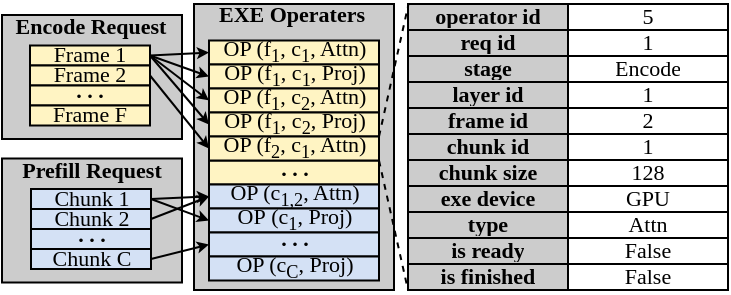
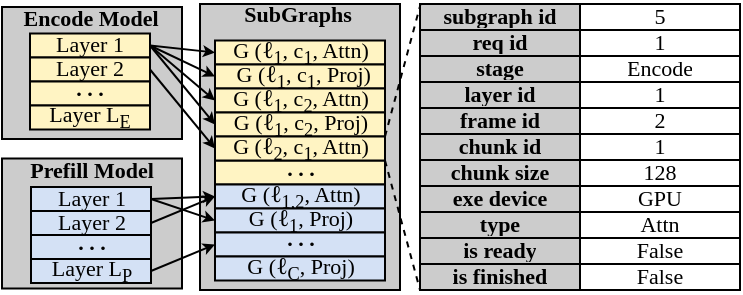
<mxfile host="app.diagrams.net" agent="Mozilla/5.0 (Windows NT 10.0; Win64; x64) AppleWebKit/537.36 (KHTML, like Gecko) Chrome/145.0.0.0 Safari/537.36">
  <diagram name="第 1 页" id="YoI7vx5OPDjGUe-B8v1v">
-     <mxGraphModel dx="368" dy="521" grid="1" gridSize="10" guides="1" tooltips="1" connect="1" arrows="1" fold="1" page="1" pageScale="1" pageWidth="827" pageHeight="1169" math="0" shadow="0">
+     <mxGraphModel dx="257" dy="365" grid="1" gridSize="10" guides="1" tooltips="1" connect="1" arrows="1" fold="1" page="1" pageScale="1" pageWidth="827" pageHeight="1169" math="0" shadow="0">
      <root>
        <mxCell id="0" />
        <mxCell id="1" parent="0" />
        <mxCell id="BefftHnKO7y96rtE268w-10" parent="1" style="shape=table;startSize=0;container=1;collapsible=0;childLayout=tableLayout;fontFamily=Times New Roman;spacingBottom=0;spacingTop=-3;fontSize=11;fillColor=#CCCCCC;strokeColor=none;" value="" vertex="1">
-           <mxGeometry height="143" width="80" x="556" y="530" as="geometry" />
+           <mxGeometry height="143" width="80" x="559" y="530" as="geometry" />
        </mxCell>
        <mxCell id="BefftHnKO7y96rtE268w-11" parent="BefftHnKO7y96rtE268w-10" style="shape=tableRow;horizontal=0;startSize=0;swimlaneHead=0;swimlaneBody=0;strokeColor=inherit;top=0;left=0;bottom=0;right=0;collapsible=0;dropTarget=0;fillColor=none;points=[[0,0.5],[1,0.5]];portConstraint=eastwest;fontFamily=Times New Roman;spacingBottom=0;spacingTop=-3;fontSize=11;" value="" vertex="1">
          <mxGeometry height="13" width="80" as="geometry" />
        </mxCell>
        <mxCell id="BefftHnKO7y96rtE268w-12" parent="BefftHnKO7y96rtE268w-11" style="shape=partialRectangle;html=1;whiteSpace=wrap;connectable=0;strokeColor=inherit;overflow=hidden;fillColor=none;top=0;left=0;bottom=0;right=0;pointerEvents=1;fontFamily=Times New Roman;spacingBottom=0;spacingTop=-3;fontSize=11;fontStyle=1" value="" vertex="1">
          <mxGeometry height="13" width="80" as="geometry">
            <mxRectangle height="13" width="80" as="alternateBounds" />
          </mxGeometry>
        </mxCell>
        <mxCell id="BefftHnKO7y96rtE268w-14" parent="BefftHnKO7y96rtE268w-10" style="shape=tableRow;horizontal=0;startSize=0;swimlaneHead=0;swimlaneBody=0;strokeColor=inherit;top=0;left=0;bottom=0;right=0;collapsible=0;dropTarget=0;fillColor=none;points=[[0,0.5],[1,0.5]];portConstraint=eastwest;fontFamily=Times New Roman;spacingBottom=0;spacingTop=-3;fontSize=11;" value="" vertex="1">
          <mxGeometry height="14" width="80" y="13" as="geometry" />
        </mxCell>
        <mxCell id="BefftHnKO7y96rtE268w-15" parent="BefftHnKO7y96rtE268w-14" style="shape=partialRectangle;html=1;whiteSpace=wrap;connectable=0;strokeColor=inherit;overflow=hidden;fillColor=none;top=0;left=0;bottom=0;right=0;pointerEvents=1;fontFamily=Times New Roman;spacingBottom=0;spacingTop=-3;fontSize=11;fontStyle=1" value="" vertex="1">
          <mxGeometry height="14" width="80" as="geometry">
            <mxRectangle height="14" width="80" as="alternateBounds" />
          </mxGeometry>
        </mxCell>
        <mxCell id="BefftHnKO7y96rtE268w-17" parent="BefftHnKO7y96rtE268w-10" style="shape=tableRow;horizontal=0;startSize=0;swimlaneHead=0;swimlaneBody=0;strokeColor=inherit;top=0;left=0;bottom=0;right=0;collapsible=0;dropTarget=0;fillColor=none;points=[[0,0.5],[1,0.5]];portConstraint=eastwest;fontFamily=Times New Roman;spacingBottom=0;spacingTop=-3;fontSize=11;" value="" vertex="1">
          <mxGeometry height="13" width="80" y="27" as="geometry" />
        </mxCell>
        <mxCell id="BefftHnKO7y96rtE268w-18" parent="BefftHnKO7y96rtE268w-17" style="shape=partialRectangle;html=1;whiteSpace=wrap;connectable=0;strokeColor=inherit;overflow=hidden;fillColor=none;top=0;left=0;bottom=0;right=0;pointerEvents=1;fontFamily=Times New Roman;spacingBottom=0;spacingTop=-3;fontSize=11;fontStyle=1" value="" vertex="1">
          <mxGeometry height="13" width="80" as="geometry">
            <mxRectangle height="13" width="80" as="alternateBounds" />
          </mxGeometry>
        </mxCell>
        <mxCell id="BefftHnKO7y96rtE268w-20" parent="BefftHnKO7y96rtE268w-10" style="shape=tableRow;horizontal=0;startSize=0;swimlaneHead=0;swimlaneBody=0;strokeColor=inherit;top=0;left=0;bottom=0;right=0;collapsible=0;dropTarget=0;fillColor=none;points=[[0,0.5],[1,0.5]];portConstraint=eastwest;fontFamily=Times New Roman;spacingBottom=0;spacingTop=-3;fontSize=11;" value="" vertex="1">
          <mxGeometry height="18" width="80" y="40" as="geometry" />
        </mxCell>
        <mxCell id="BefftHnKO7y96rtE268w-21" parent="BefftHnKO7y96rtE268w-20" style="shape=partialRectangle;html=1;whiteSpace=wrap;connectable=0;strokeColor=inherit;overflow=hidden;fillColor=none;top=0;left=0;bottom=0;right=0;pointerEvents=1;fontFamily=Times New Roman;spacingBottom=0;spacingTop=-3;fontSize=11;fontStyle=1" value="" vertex="1">
          <mxGeometry height="18" width="80" as="geometry">
            <mxRectangle height="18" width="80" as="alternateBounds" />
          </mxGeometry>
        </mxCell>
        <mxCell id="cpisWDPXujGrVNR1V9dN-6" parent="BefftHnKO7y96rtE268w-10" style="shape=tableRow;horizontal=0;startSize=0;swimlaneHead=0;swimlaneBody=0;strokeColor=inherit;top=0;left=0;bottom=0;right=0;collapsible=0;dropTarget=0;fillColor=none;points=[[0,0.5],[1,0.5]];portConstraint=eastwest;fontFamily=Times New Roman;spacingBottom=0;spacingTop=-3;fontSize=11;" value="" vertex="1">
          <mxGeometry height="19" width="80" y="58" as="geometry" />
        </mxCell>
        <mxCell id="cpisWDPXujGrVNR1V9dN-7" parent="cpisWDPXujGrVNR1V9dN-6" style="shape=partialRectangle;html=1;whiteSpace=wrap;connectable=0;strokeColor=inherit;overflow=hidden;fillColor=none;top=0;left=0;bottom=0;right=0;pointerEvents=1;fontFamily=Times New Roman;spacingBottom=0;spacingTop=-3;fontSize=11;fontStyle=1" value="" vertex="1">
          <mxGeometry height="19" width="80" as="geometry">
            <mxRectangle height="19" width="80" as="alternateBounds" />
          </mxGeometry>
        </mxCell>
        <mxCell id="BefftHnKO7y96rtE268w-23" parent="BefftHnKO7y96rtE268w-10" style="shape=tableRow;horizontal=0;startSize=0;swimlaneHead=0;swimlaneBody=0;strokeColor=inherit;top=0;left=0;bottom=0;right=0;collapsible=0;dropTarget=0;fillColor=none;points=[[0,0.5],[1,0.5]];portConstraint=eastwest;fontFamily=Times New Roman;spacingBottom=0;spacingTop=-3;fontSize=11;" vertex="1">
          <mxGeometry height="13" width="80" y="77" as="geometry" />
        </mxCell>
        <mxCell id="BefftHnKO7y96rtE268w-24" parent="BefftHnKO7y96rtE268w-23" style="shape=partialRectangle;html=1;whiteSpace=wrap;connectable=0;strokeColor=inherit;overflow=hidden;fillColor=none;top=0;left=0;bottom=0;right=0;pointerEvents=1;fontFamily=Times New Roman;spacingBottom=0;spacingTop=-3;fontSize=11;fontStyle=1" value="" vertex="1">
          <mxGeometry height="13" width="80" as="geometry">
            <mxRectangle height="13" width="80" as="alternateBounds" />
          </mxGeometry>
        </mxCell>
        <mxCell id="BefftHnKO7y96rtE268w-26" parent="BefftHnKO7y96rtE268w-10" style="shape=tableRow;horizontal=0;startSize=0;swimlaneHead=0;swimlaneBody=0;strokeColor=inherit;top=0;left=0;bottom=0;right=0;collapsible=0;dropTarget=0;fillColor=none;points=[[0,0.5],[1,0.5]];portConstraint=eastwest;fontFamily=Times New Roman;spacingBottom=0;spacingTop=-3;fontSize=11;" vertex="1">
          <mxGeometry height="12" width="80" y="90" as="geometry" />
        </mxCell>
        <mxCell id="BefftHnKO7y96rtE268w-27" parent="BefftHnKO7y96rtE268w-26" style="shape=partialRectangle;html=1;whiteSpace=wrap;connectable=0;strokeColor=inherit;overflow=hidden;fillColor=none;top=0;left=0;bottom=0;right=0;pointerEvents=1;fontFamily=Times New Roman;spacingBottom=0;spacingTop=-3;fontSize=11;fontStyle=1" value="" vertex="1">
          <mxGeometry height="12" width="80" as="geometry">
            <mxRectangle height="12" width="80" as="alternateBounds" />
          </mxGeometry>
        </mxCell>
        <mxCell id="BefftHnKO7y96rtE268w-29" parent="BefftHnKO7y96rtE268w-10" style="shape=tableRow;horizontal=0;startSize=0;swimlaneHead=0;swimlaneBody=0;strokeColor=inherit;top=0;left=0;bottom=0;right=0;collapsible=0;dropTarget=0;fillColor=none;points=[[0,0.5],[1,0.5]];portConstraint=eastwest;fontFamily=Times New Roman;spacingBottom=0;spacingTop=-3;fontSize=11;" value="" vertex="1">
          <mxGeometry height="14" width="80" y="102" as="geometry" />
        </mxCell>
        <mxCell id="BefftHnKO7y96rtE268w-30" parent="BefftHnKO7y96rtE268w-29" style="shape=partialRectangle;html=1;whiteSpace=wrap;connectable=0;strokeColor=inherit;overflow=hidden;fillColor=none;top=0;left=0;bottom=0;right=0;pointerEvents=1;fontFamily=Times New Roman;spacingBottom=0;spacingTop=-3;fontSize=11;fontStyle=1" value="" vertex="1">
          <mxGeometry height="14" width="80" as="geometry">
            <mxRectangle height="14" width="80" as="alternateBounds" />
          </mxGeometry>
        </mxCell>
        <mxCell id="BefftHnKO7y96rtE268w-32" parent="BefftHnKO7y96rtE268w-10" style="shape=tableRow;horizontal=0;startSize=0;swimlaneHead=0;swimlaneBody=0;strokeColor=inherit;top=0;left=0;bottom=0;right=0;collapsible=0;dropTarget=0;fillColor=none;points=[[0,0.5],[1,0.5]];portConstraint=eastwest;fontFamily=Times New Roman;spacingBottom=0;spacingTop=-3;fontSize=11;" value="" vertex="1">
          <mxGeometry height="12" width="80" y="116" as="geometry" />
        </mxCell>
        <mxCell id="BefftHnKO7y96rtE268w-33" parent="BefftHnKO7y96rtE268w-32" style="shape=partialRectangle;html=1;whiteSpace=wrap;connectable=0;strokeColor=inherit;overflow=hidden;fillColor=none;top=0;left=0;bottom=0;right=0;pointerEvents=1;fontFamily=Times New Roman;spacingBottom=0;spacingTop=-3;fontSize=11;fontStyle=1" value="" vertex="1">
          <mxGeometry height="12" width="80" as="geometry">
            <mxRectangle height="12" width="80" as="alternateBounds" />
          </mxGeometry>
        </mxCell>
        <mxCell id="BefftHnKO7y96rtE268w-35" parent="BefftHnKO7y96rtE268w-10" style="shape=tableRow;horizontal=0;startSize=0;swimlaneHead=0;swimlaneBody=0;strokeColor=inherit;top=0;left=0;bottom=0;right=0;collapsible=0;dropTarget=0;fillColor=none;points=[[0,0.5],[1,0.5]];portConstraint=eastwest;fontFamily=Times New Roman;spacingBottom=0;spacingTop=-3;fontSize=11;" value="" vertex="1">
          <mxGeometry height="15" width="80" y="128" as="geometry" />
        </mxCell>
        <mxCell id="BefftHnKO7y96rtE268w-36" parent="BefftHnKO7y96rtE268w-35" style="shape=partialRectangle;html=1;whiteSpace=wrap;connectable=0;strokeColor=inherit;overflow=hidden;fillColor=none;top=0;left=0;bottom=0;right=0;pointerEvents=1;fontFamily=Times New Roman;spacingBottom=0;spacingTop=-3;fontSize=11;fontStyle=1" value="" vertex="1">
          <mxGeometry height="15" width="80" as="geometry">
            <mxRectangle height="15" width="80" as="alternateBounds" />
          </mxGeometry>
        </mxCell>
        <mxCell id="__wRPP8pmb-DnfmA-EQz-17" parent="1" style="shape=table;startSize=0;container=1;collapsible=0;childLayout=tableLayout;fontFamily=Times New Roman;spacingBottom=0;spacingTop=-3;fontSize=11;fillColor=none;" value="" vertex="1">
-           <mxGeometry height="143" width="160" x="556" y="530" as="geometry" />
+           <mxGeometry height="143" width="160" x="559" y="530" as="geometry" />
        </mxCell>
        <mxCell id="__wRPP8pmb-DnfmA-EQz-18" parent="__wRPP8pmb-DnfmA-EQz-17" style="shape=tableRow;horizontal=0;startSize=0;swimlaneHead=0;swimlaneBody=0;strokeColor=inherit;top=0;left=0;bottom=0;right=0;collapsible=0;dropTarget=0;fillColor=none;points=[[0,0.5],[1,0.5]];portConstraint=eastwest;fontFamily=Times New Roman;spacingBottom=0;spacingTop=-3;fontSize=11;" value="" vertex="1">
          <mxGeometry height="13" width="160" as="geometry" />
        </mxCell>
-         <mxCell id="__wRPP8pmb-DnfmA-EQz-19" parent="__wRPP8pmb-DnfmA-EQz-18" style="shape=partialRectangle;html=1;whiteSpace=wrap;connectable=0;strokeColor=inherit;overflow=hidden;fillColor=none;top=0;left=0;bottom=0;right=0;pointerEvents=1;fontFamily=Times New Roman;spacingBottom=0;spacingTop=-3;fontSize=11;fontStyle=1" value="operator id" vertex="1">
+         <mxCell id="__wRPP8pmb-DnfmA-EQz-19" parent="__wRPP8pmb-DnfmA-EQz-18" style="shape=partialRectangle;html=1;whiteSpace=wrap;connectable=0;strokeColor=inherit;overflow=hidden;fillColor=none;top=0;left=0;bottom=0;right=0;pointerEvents=1;fontFamily=Times New Roman;spacingBottom=0;spacingTop=-3;fontSize=11;fontStyle=1" value="subgraph id" vertex="1">
          <mxGeometry height="13" width="80" as="geometry">
            <mxRectangle height="13" width="80" as="alternateBounds" />
          </mxGeometry>
        </mxCell>
        <mxCell id="__wRPP8pmb-DnfmA-EQz-36" parent="__wRPP8pmb-DnfmA-EQz-18" style="shape=partialRectangle;html=1;whiteSpace=wrap;connectable=0;strokeColor=inherit;overflow=hidden;fillColor=none;top=0;left=0;bottom=0;right=0;pointerEvents=1;fontFamily=Times New Roman;spacingBottom=0;spacingTop=-3;fontSize=11;" value="5" vertex="1">
          <mxGeometry height="13" width="80" x="80" as="geometry">
            <mxRectangle height="13" width="80" as="alternateBounds" />
          </mxGeometry>
        </mxCell>
        <mxCell id="__wRPP8pmb-DnfmA-EQz-20" parent="__wRPP8pmb-DnfmA-EQz-17" style="shape=tableRow;horizontal=0;startSize=0;swimlaneHead=0;swimlaneBody=0;strokeColor=inherit;top=0;left=0;bottom=0;right=0;collapsible=0;dropTarget=0;fillColor=none;points=[[0,0.5],[1,0.5]];portConstraint=eastwest;fontFamily=Times New Roman;spacingBottom=0;spacingTop=-3;fontSize=11;" value="" vertex="1">
          <mxGeometry height="13" width="160" y="13" as="geometry" />
        </mxCell>
        <mxCell id="__wRPP8pmb-DnfmA-EQz-21" parent="__wRPP8pmb-DnfmA-EQz-20" style="shape=partialRectangle;html=1;whiteSpace=wrap;connectable=0;strokeColor=inherit;overflow=hidden;fillColor=none;top=0;left=0;bottom=0;right=0;pointerEvents=1;fontFamily=Times New Roman;spacingBottom=0;spacingTop=-3;fontSize=11;fontStyle=1" value="req id" vertex="1">
          <mxGeometry height="13" width="80" as="geometry">
            <mxRectangle height="13" width="80" as="alternateBounds" />
          </mxGeometry>
        </mxCell>
        <mxCell id="__wRPP8pmb-DnfmA-EQz-37" parent="__wRPP8pmb-DnfmA-EQz-20" style="shape=partialRectangle;html=1;whiteSpace=wrap;connectable=0;strokeColor=inherit;overflow=hidden;fillColor=none;top=0;left=0;bottom=0;right=0;pointerEvents=1;fontFamily=Times New Roman;spacingBottom=0;spacingTop=-3;fontSize=11;" value="1" vertex="1">
          <mxGeometry height="13" width="80" x="80" as="geometry">
            <mxRectangle height="13" width="80" as="alternateBounds" />
          </mxGeometry>
        </mxCell>
        <mxCell id="__wRPP8pmb-DnfmA-EQz-22" parent="__wRPP8pmb-DnfmA-EQz-17" style="shape=tableRow;horizontal=0;startSize=0;swimlaneHead=0;swimlaneBody=0;strokeColor=inherit;top=0;left=0;bottom=0;right=0;collapsible=0;dropTarget=0;fillColor=none;points=[[0,0.5],[1,0.5]];portConstraint=eastwest;fontFamily=Times New Roman;spacingBottom=0;spacingTop=-3;fontSize=11;" value="" vertex="1">
          <mxGeometry height="13" width="160" y="26" as="geometry" />
        </mxCell>
        <mxCell id="__wRPP8pmb-DnfmA-EQz-23" parent="__wRPP8pmb-DnfmA-EQz-22" style="shape=partialRectangle;html=1;whiteSpace=wrap;connectable=0;strokeColor=inherit;overflow=hidden;fillColor=none;top=0;left=0;bottom=0;right=0;pointerEvents=1;fontFamily=Times New Roman;spacingBottom=0;spacingTop=-3;fontSize=11;fontStyle=1" value="stage" vertex="1">
          <mxGeometry height="13" width="80" as="geometry">
            <mxRectangle height="13" width="80" as="alternateBounds" />
          </mxGeometry>
        </mxCell>
        <mxCell id="__wRPP8pmb-DnfmA-EQz-38" parent="__wRPP8pmb-DnfmA-EQz-22" style="shape=partialRectangle;html=1;whiteSpace=wrap;connectable=0;strokeColor=inherit;overflow=hidden;fillColor=none;top=0;left=0;bottom=0;right=0;pointerEvents=1;fontFamily=Times New Roman;spacingBottom=0;spacingTop=-3;fontSize=11;" value="Encode" vertex="1">
          <mxGeometry height="13" width="80" x="80" as="geometry">
            <mxRectangle height="13" width="80" as="alternateBounds" />
          </mxGeometry>
        </mxCell>
        <mxCell id="cpisWDPXujGrVNR1V9dN-3" parent="__wRPP8pmb-DnfmA-EQz-17" style="shape=tableRow;horizontal=0;startSize=0;swimlaneHead=0;swimlaneBody=0;strokeColor=inherit;top=0;left=0;bottom=0;right=0;collapsible=0;dropTarget=0;fillColor=none;points=[[0,0.5],[1,0.5]];portConstraint=eastwest;fontFamily=Times New Roman;spacingBottom=0;spacingTop=-3;fontSize=11;" vertex="1">
          <mxGeometry height="13" width="160" y="39" as="geometry" />
        </mxCell>
        <mxCell id="cpisWDPXujGrVNR1V9dN-4" parent="cpisWDPXujGrVNR1V9dN-3" style="shape=partialRectangle;html=1;whiteSpace=wrap;connectable=0;strokeColor=inherit;overflow=hidden;fillColor=none;top=0;left=0;bottom=0;right=0;pointerEvents=1;fontFamily=Times New Roman;spacingBottom=0;spacingTop=-3;fontSize=11;fontStyle=1" value="layer id" vertex="1">
          <mxGeometry height="13" width="80" as="geometry">
            <mxRectangle height="13" width="80" as="alternateBounds" />
          </mxGeometry>
        </mxCell>
        <mxCell id="cpisWDPXujGrVNR1V9dN-5" parent="cpisWDPXujGrVNR1V9dN-3" style="shape=partialRectangle;html=1;whiteSpace=wrap;connectable=0;strokeColor=inherit;overflow=hidden;fillColor=none;top=0;left=0;bottom=0;right=0;pointerEvents=1;fontFamily=Times New Roman;spacingBottom=0;spacingTop=-3;fontSize=11;" value="1" vertex="1">
          <mxGeometry height="13" width="80" x="80" as="geometry">
            <mxRectangle height="13" width="80" as="alternateBounds" />
          </mxGeometry>
        </mxCell>
        <mxCell id="__wRPP8pmb-DnfmA-EQz-24" parent="__wRPP8pmb-DnfmA-EQz-17" style="shape=tableRow;horizontal=0;startSize=0;swimlaneHead=0;swimlaneBody=0;strokeColor=inherit;top=0;left=0;bottom=0;right=0;collapsible=0;dropTarget=0;fillColor=none;points=[[0,0.5],[1,0.5]];portConstraint=eastwest;fontFamily=Times New Roman;spacingBottom=0;spacingTop=-3;fontSize=11;" value="" vertex="1">
          <mxGeometry height="13" width="160" y="52" as="geometry" />
        </mxCell>
        <mxCell id="__wRPP8pmb-DnfmA-EQz-25" parent="__wRPP8pmb-DnfmA-EQz-24" style="shape=partialRectangle;html=1;whiteSpace=wrap;connectable=0;strokeColor=inherit;overflow=hidden;fillColor=none;top=0;left=0;bottom=0;right=0;pointerEvents=1;fontFamily=Times New Roman;spacingBottom=0;spacingTop=-3;fontSize=11;fontStyle=1" value="frame id" vertex="1">
          <mxGeometry height="13" width="80" as="geometry">
            <mxRectangle height="13" width="80" as="alternateBounds" />
          </mxGeometry>
        </mxCell>
        <mxCell id="__wRPP8pmb-DnfmA-EQz-39" parent="__wRPP8pmb-DnfmA-EQz-24" style="shape=partialRectangle;html=1;whiteSpace=wrap;connectable=0;strokeColor=inherit;overflow=hidden;fillColor=none;top=0;left=0;bottom=0;right=0;pointerEvents=1;fontFamily=Times New Roman;spacingBottom=0;spacingTop=-3;fontSize=11;" value="2" vertex="1">
          <mxGeometry height="13" width="80" x="80" as="geometry">
            <mxRectangle height="13" width="80" as="alternateBounds" />
          </mxGeometry>
        </mxCell>
        <mxCell id="BefftHnKO7y96rtE268w-47" parent="__wRPP8pmb-DnfmA-EQz-17" style="shape=tableRow;horizontal=0;startSize=0;swimlaneHead=0;swimlaneBody=0;strokeColor=inherit;top=0;left=0;bottom=0;right=0;collapsible=0;dropTarget=0;fillColor=none;points=[[0,0.5],[1,0.5]];portConstraint=eastwest;fontFamily=Times New Roman;spacingBottom=0;spacingTop=-3;fontSize=11;" vertex="1">
          <mxGeometry height="13" width="160" y="65" as="geometry" />
        </mxCell>
        <mxCell id="BefftHnKO7y96rtE268w-48" parent="BefftHnKO7y96rtE268w-47" style="shape=partialRectangle;html=1;whiteSpace=wrap;connectable=0;strokeColor=inherit;overflow=hidden;fillColor=none;top=0;left=0;bottom=0;right=0;pointerEvents=1;fontFamily=Times New Roman;spacingBottom=0;spacingTop=-3;fontSize=11;fontStyle=1" value="chunk id" vertex="1">
          <mxGeometry height="13" width="80" as="geometry">
            <mxRectangle height="13" width="80" as="alternateBounds" />
          </mxGeometry>
        </mxCell>
        <mxCell id="BefftHnKO7y96rtE268w-49" parent="BefftHnKO7y96rtE268w-47" style="shape=partialRectangle;html=1;whiteSpace=wrap;connectable=0;strokeColor=inherit;overflow=hidden;fillColor=none;top=0;left=0;bottom=0;right=0;pointerEvents=1;fontFamily=Times New Roman;spacingBottom=0;spacingTop=-3;fontSize=11;" value="1" vertex="1">
          <mxGeometry height="13" width="80" x="80" as="geometry">
            <mxRectangle height="13" width="80" as="alternateBounds" />
          </mxGeometry>
        </mxCell>
        <mxCell id="__wRPP8pmb-DnfmA-EQz-52" parent="__wRPP8pmb-DnfmA-EQz-17" style="shape=tableRow;horizontal=0;startSize=0;swimlaneHead=0;swimlaneBody=0;strokeColor=inherit;top=0;left=0;bottom=0;right=0;collapsible=0;dropTarget=0;fillColor=none;points=[[0,0.5],[1,0.5]];portConstraint=eastwest;fontFamily=Times New Roman;spacingBottom=0;spacingTop=-3;fontSize=11;" vertex="1">
          <mxGeometry height="13" width="160" y="78" as="geometry" />
        </mxCell>
        <mxCell id="__wRPP8pmb-DnfmA-EQz-53" parent="__wRPP8pmb-DnfmA-EQz-52" style="shape=partialRectangle;html=1;whiteSpace=wrap;connectable=0;strokeColor=inherit;overflow=hidden;fillColor=none;top=0;left=0;bottom=0;right=0;pointerEvents=1;fontFamily=Times New Roman;spacingBottom=0;spacingTop=-3;fontSize=11;fontStyle=1" value="chunk size" vertex="1">
          <mxGeometry height="13" width="80" as="geometry">
            <mxRectangle height="13" width="80" as="alternateBounds" />
          </mxGeometry>
        </mxCell>
        <mxCell id="__wRPP8pmb-DnfmA-EQz-54" parent="__wRPP8pmb-DnfmA-EQz-52" style="shape=partialRectangle;html=1;whiteSpace=wrap;connectable=0;strokeColor=inherit;overflow=hidden;fillColor=none;top=0;left=0;bottom=0;right=0;pointerEvents=1;fontFamily=Times New Roman;spacingBottom=0;spacingTop=-3;fontSize=11;" value="128" vertex="1">
          <mxGeometry height="13" width="80" x="80" as="geometry">
            <mxRectangle height="13" width="80" as="alternateBounds" />
          </mxGeometry>
        </mxCell>
        <mxCell id="__wRPP8pmb-DnfmA-EQz-49" parent="__wRPP8pmb-DnfmA-EQz-17" style="shape=tableRow;horizontal=0;startSize=0;swimlaneHead=0;swimlaneBody=0;strokeColor=inherit;top=0;left=0;bottom=0;right=0;collapsible=0;dropTarget=0;fillColor=none;points=[[0,0.5],[1,0.5]];portConstraint=eastwest;fontFamily=Times New Roman;spacingBottom=0;spacingTop=-3;fontSize=11;" vertex="1">
          <mxGeometry height="13" width="160" y="91" as="geometry" />
        </mxCell>
        <mxCell id="__wRPP8pmb-DnfmA-EQz-50" parent="__wRPP8pmb-DnfmA-EQz-49" style="shape=partialRectangle;html=1;whiteSpace=wrap;connectable=0;strokeColor=inherit;overflow=hidden;fillColor=none;top=0;left=0;bottom=0;right=0;pointerEvents=1;fontFamily=Times New Roman;spacingBottom=0;spacingTop=-3;fontSize=11;fontStyle=1" value="exe device" vertex="1">
          <mxGeometry height="13" width="80" as="geometry">
            <mxRectangle height="13" width="80" as="alternateBounds" />
          </mxGeometry>
        </mxCell>
        <mxCell id="__wRPP8pmb-DnfmA-EQz-51" parent="__wRPP8pmb-DnfmA-EQz-49" style="shape=partialRectangle;html=1;whiteSpace=wrap;connectable=0;strokeColor=inherit;overflow=hidden;fillColor=none;top=0;left=0;bottom=0;right=0;pointerEvents=1;fontFamily=Times New Roman;spacingBottom=0;spacingTop=-3;fontSize=11;" value="GPU" vertex="1">
          <mxGeometry height="13" width="80" x="80" as="geometry">
            <mxRectangle height="13" width="80" as="alternateBounds" />
          </mxGeometry>
        </mxCell>
        <mxCell id="__wRPP8pmb-DnfmA-EQz-26" parent="__wRPP8pmb-DnfmA-EQz-17" style="shape=tableRow;horizontal=0;startSize=0;swimlaneHead=0;swimlaneBody=0;strokeColor=inherit;top=0;left=0;bottom=0;right=0;collapsible=0;dropTarget=0;fillColor=none;points=[[0,0.5],[1,0.5]];portConstraint=eastwest;fontFamily=Times New Roman;spacingBottom=0;spacingTop=-3;fontSize=11;" value="" vertex="1">
          <mxGeometry height="13" width="160" y="104" as="geometry" />
        </mxCell>
        <mxCell id="__wRPP8pmb-DnfmA-EQz-27" parent="__wRPP8pmb-DnfmA-EQz-26" style="shape=partialRectangle;html=1;whiteSpace=wrap;connectable=0;strokeColor=inherit;overflow=hidden;fillColor=none;top=0;left=0;bottom=0;right=0;pointerEvents=1;fontFamily=Times New Roman;spacingBottom=0;spacingTop=-3;fontSize=11;fontStyle=1" value="type" vertex="1">
          <mxGeometry height="13" width="80" as="geometry">
            <mxRectangle height="13" width="80" as="alternateBounds" />
          </mxGeometry>
        </mxCell>
        <mxCell id="__wRPP8pmb-DnfmA-EQz-40" parent="__wRPP8pmb-DnfmA-EQz-26" style="shape=partialRectangle;html=1;whiteSpace=wrap;connectable=0;strokeColor=inherit;overflow=hidden;fillColor=none;top=0;left=0;bottom=0;right=0;pointerEvents=1;fontFamily=Times New Roman;spacingBottom=0;spacingTop=-3;fontSize=11;" value="Attn" vertex="1">
          <mxGeometry height="13" width="80" x="80" as="geometry">
            <mxRectangle height="13" width="80" as="alternateBounds" />
          </mxGeometry>
        </mxCell>
        <mxCell id="__wRPP8pmb-DnfmA-EQz-28" parent="__wRPP8pmb-DnfmA-EQz-17" style="shape=tableRow;horizontal=0;startSize=0;swimlaneHead=0;swimlaneBody=0;strokeColor=inherit;top=0;left=0;bottom=0;right=0;collapsible=0;dropTarget=0;fillColor=none;points=[[0,0.5],[1,0.5]];portConstraint=eastwest;fontFamily=Times New Roman;spacingBottom=0;spacingTop=-3;fontSize=11;" value="" vertex="1">
          <mxGeometry height="13" width="160" y="117" as="geometry" />
        </mxCell>
        <mxCell id="__wRPP8pmb-DnfmA-EQz-29" parent="__wRPP8pmb-DnfmA-EQz-28" style="shape=partialRectangle;html=1;whiteSpace=wrap;connectable=0;strokeColor=inherit;overflow=hidden;fillColor=none;top=0;left=0;bottom=0;right=0;pointerEvents=1;fontFamily=Times New Roman;spacingBottom=0;spacingTop=-3;fontSize=11;fontStyle=1" value="is ready" vertex="1">
          <mxGeometry height="13" width="80" as="geometry">
            <mxRectangle height="13" width="80" as="alternateBounds" />
          </mxGeometry>
        </mxCell>
        <mxCell id="__wRPP8pmb-DnfmA-EQz-41" parent="__wRPP8pmb-DnfmA-EQz-28" style="shape=partialRectangle;html=1;whiteSpace=wrap;connectable=0;strokeColor=inherit;overflow=hidden;fillColor=none;top=0;left=0;bottom=0;right=0;pointerEvents=1;fontFamily=Times New Roman;spacingBottom=0;spacingTop=-3;fontSize=11;" value="False" vertex="1">
          <mxGeometry height="13" width="80" x="80" as="geometry">
            <mxRectangle height="13" width="80" as="alternateBounds" />
          </mxGeometry>
        </mxCell>
        <mxCell id="__wRPP8pmb-DnfmA-EQz-30" parent="__wRPP8pmb-DnfmA-EQz-17" style="shape=tableRow;horizontal=0;startSize=0;swimlaneHead=0;swimlaneBody=0;strokeColor=inherit;top=0;left=0;bottom=0;right=0;collapsible=0;dropTarget=0;fillColor=none;points=[[0,0.5],[1,0.5]];portConstraint=eastwest;fontFamily=Times New Roman;spacingBottom=0;spacingTop=-3;fontSize=11;" value="" vertex="1">
          <mxGeometry height="13" width="160" y="130" as="geometry" />
        </mxCell>
        <mxCell id="__wRPP8pmb-DnfmA-EQz-31" parent="__wRPP8pmb-DnfmA-EQz-30" style="shape=partialRectangle;html=1;whiteSpace=wrap;connectable=0;strokeColor=inherit;overflow=hidden;fillColor=none;top=0;left=0;bottom=0;right=0;pointerEvents=1;fontFamily=Times New Roman;spacingBottom=0;spacingTop=-3;fontSize=11;fontStyle=1" value="is finished" vertex="1">
          <mxGeometry height="13" width="80" as="geometry">
            <mxRectangle height="13" width="80" as="alternateBounds" />
          </mxGeometry>
        </mxCell>
        <mxCell id="__wRPP8pmb-DnfmA-EQz-42" parent="__wRPP8pmb-DnfmA-EQz-30" style="shape=partialRectangle;html=1;whiteSpace=wrap;connectable=0;strokeColor=inherit;overflow=hidden;fillColor=none;top=0;left=0;bottom=0;right=0;pointerEvents=1;fontFamily=Times New Roman;spacingBottom=0;spacingTop=-3;fontSize=11;" value="False" vertex="1">
          <mxGeometry height="13" width="80" x="80" as="geometry">
            <mxRectangle height="13" width="80" as="alternateBounds" />
          </mxGeometry>
        </mxCell>
        <mxCell id="__wRPP8pmb-DnfmA-EQz-13" parent="1" style="rounded=0;whiteSpace=wrap;html=1;fillColor=#CCCCCC;fontFamily=Times New Roman;fontSize=11;" value="" vertex="1">
-           <mxGeometry height="62" width="90" x="353" y="535.5" as="geometry" />
+           <mxGeometry height="66" width="90" x="350" y="531.5" as="geometry" />
        </mxCell>
        <mxCell id="__wRPP8pmb-DnfmA-EQz-14" parent="1" style="rounded=0;whiteSpace=wrap;html=1;fillColor=#CCCCCC;fontFamily=Times New Roman;fontSize=11;" value="" vertex="1">
-           <mxGeometry height="62" width="90" x="353" y="607.25" as="geometry" />
-         </mxCell>
-         <mxCell id="__wRPP8pmb-DnfmA-EQz-2" parent="1" style="text;html=1;whiteSpace=wrap;strokeColor=none;fillColor=none;align=center;verticalAlign=middle;rounded=0;fontFamily=Times New Roman;fontSize=11;" value="&lt;b&gt;Encode Request&lt;/b&gt;" vertex="1">
-           <mxGeometry height="11.75" width="81" x="356.5" y="535.5" as="geometry" />
-         </mxCell>
-         <mxCell id="__wRPP8pmb-DnfmA-EQz-3" parent="1" style="text;html=1;whiteSpace=wrap;strokeColor=none;fillColor=none;align=center;verticalAlign=middle;rounded=0;fontFamily=Times New Roman;fontSize=11;" value="&lt;b&gt;Prefill Request&lt;/b&gt;" vertex="1">
-           <mxGeometry height="11.75" width="90" x="352.5" y="607.25" as="geometry" />
+           <mxGeometry height="65" width="90" x="350" y="607.25" as="geometry" />
+         </mxCell>
+         <mxCell id="__wRPP8pmb-DnfmA-EQz-2" parent="1" style="text;html=1;whiteSpace=wrap;strokeColor=none;fillColor=none;align=center;verticalAlign=middle;rounded=0;fontFamily=Times New Roman;fontSize=11;" value="&lt;b&gt;Encode Model&lt;/b&gt;" vertex="1">
+           <mxGeometry height="11.75" width="81" x="353.5" y="531.5" as="geometry" />
+         </mxCell>
+         <mxCell id="__wRPP8pmb-DnfmA-EQz-3" parent="1" style="text;html=1;whiteSpace=wrap;strokeColor=none;fillColor=none;align=center;verticalAlign=middle;rounded=0;fontFamily=Times New Roman;fontSize=11;" value="&lt;b&gt;Prefill Model&lt;/b&gt;" vertex="1">
+           <mxGeometry height="11.75" width="90" x="349.5" y="607.25" as="geometry" />
        </mxCell>
        <mxCell id="__wRPP8pmb-DnfmA-EQz-15" parent="1" style="rounded=0;whiteSpace=wrap;html=1;fontSize=11;fillColor=#CCCCCC;" value="" vertex="1">
          <mxGeometry height="143" width="100" x="449" y="530" as="geometry" />
        </mxCell>
-         <mxCell id="__wRPP8pmb-DnfmA-EQz-35" parent="1" style="text;html=1;whiteSpace=wrap;strokeColor=none;fillColor=none;align=center;verticalAlign=middle;rounded=0;fontFamily=Times New Roman;fontSize=11;" value="&lt;b&gt;EXE Operaters&lt;/b&gt;" vertex="1">
+         <mxCell id="__wRPP8pmb-DnfmA-EQz-35" parent="1" style="text;html=1;whiteSpace=wrap;strokeColor=none;fillColor=none;align=center;verticalAlign=middle;rounded=0;fontFamily=Times New Roman;fontSize=11;" value="&lt;b&gt;SubGraphs&lt;/b&gt;" vertex="1">
          <mxGeometry height="10" width="75.5" x="460.25" y="530" as="geometry" />
        </mxCell>
        <mxCell id="BefftHnKO7y96rtE268w-65" edge="1" parent="1" source="__wRPP8pmb-DnfmA-EQz-55" style="rounded=0;orthogonalLoop=1;jettySize=auto;html=1;exitX=1;exitY=0.5;exitDx=0;exitDy=0;entryX=0;entryY=0.5;entryDx=0;entryDy=0;endSize=3;fontSize=11;" target="BefftHnKO7y96rtE268w-54">
          <mxGeometry relative="1" as="geometry" />
        </mxCell>
        <mxCell id="cpisWDPXujGrVNR1V9dN-9" edge="1" parent="1" source="__wRPP8pmb-DnfmA-EQz-55" style="rounded=0;orthogonalLoop=1;jettySize=auto;html=1;exitX=1;exitY=0.5;exitDx=0;exitDy=0;entryX=0;entryY=0.5;entryDx=0;entryDy=0;endSize=3;fontSize=11;" target="BefftHnKO7y96rtE268w-55">
          <mxGeometry relative="1" as="geometry" />
        </mxCell>
-         <mxCell id="__wRPP8pmb-DnfmA-EQz-55" parent="1" style="rounded=0;whiteSpace=wrap;html=1;fillColor=#D4E1F5;fontFamily=Times New Roman;fontSize=11;spacingTop=-1;" value="Chunk 1" vertex="1">
-           <mxGeometry height="10" width="60" x="367.5" y="622.5" as="geometry" />
+         <mxCell id="__wRPP8pmb-DnfmA-EQz-55" parent="1" style="rounded=0;whiteSpace=wrap;html=1;fillColor=#D4E1F5;fontFamily=Times New Roman;fontSize=11;spacingTop=-1;" value="Layer&amp;nbsp;1" vertex="1">
+           <mxGeometry height="12" width="60" x="364.5" y="621.5" as="geometry" />
        </mxCell>
        <mxCell id="BefftHnKO7y96rtE268w-66" edge="1" parent="1" source="__wRPP8pmb-DnfmA-EQz-56" style="rounded=0;orthogonalLoop=1;jettySize=auto;html=1;exitX=1;exitY=0.5;exitDx=0;exitDy=0;entryX=0;entryY=0.5;entryDx=0;entryDy=0;endSize=3;fontSize=11;" target="BefftHnKO7y96rtE268w-54">
          <mxGeometry relative="1" as="geometry" />
        </mxCell>
-         <mxCell id="__wRPP8pmb-DnfmA-EQz-56" parent="1" style="rounded=0;whiteSpace=wrap;html=1;fillColor=#D4E1F5;fontFamily=Times New Roman;fontSize=11;spacingTop=-1;" value="Chunk 2" vertex="1">
-           <mxGeometry height="10" width="60" x="367.5" y="632.5" as="geometry" />
+         <mxCell id="__wRPP8pmb-DnfmA-EQz-56" parent="1" style="rounded=0;whiteSpace=wrap;html=1;fillColor=#D4E1F5;fontFamily=Times New Roman;fontSize=11;spacingTop=-1;" value="Layer&amp;nbsp;2" vertex="1">
+           <mxGeometry height="12" width="60" x="364.5" y="633.5" as="geometry" />
        </mxCell>
        <mxCell id="__wRPP8pmb-DnfmA-EQz-57" parent="1" style="rounded=0;whiteSpace=wrap;html=1;fillColor=#D4E1F5;fontFamily=Times New Roman;spacing=2;spacingTop=-5;fontSize=11;" value="&lt;b&gt;. . .&lt;/b&gt;" vertex="1">
-           <mxGeometry height="10" width="60" x="367.5" y="642.5" as="geometry" />
+           <mxGeometry height="12" width="60" x="364.5" y="645.5" as="geometry" />
        </mxCell>
        <mxCell id="BefftHnKO7y96rtE268w-67" edge="1" parent="1" source="__wRPP8pmb-DnfmA-EQz-58" style="rounded=0;orthogonalLoop=1;jettySize=auto;html=1;exitX=1;exitY=0.5;exitDx=0;exitDy=0;entryX=0;entryY=0.5;entryDx=0;entryDy=0;endSize=3;fontSize=11;" target="BefftHnKO7y96rtE268w-56">
          <mxGeometry relative="1" as="geometry" />
        </mxCell>
-         <mxCell id="__wRPP8pmb-DnfmA-EQz-58" parent="1" style="rounded=0;whiteSpace=wrap;html=1;fillColor=#D4E1F5;fontFamily=Times New Roman;fontSize=11;spacingTop=-1;" value="Chunk C" vertex="1">
-           <mxGeometry height="10" width="60" x="367.5" y="652.5" as="geometry" />
+         <mxCell id="__wRPP8pmb-DnfmA-EQz-58" parent="1" style="rounded=0;whiteSpace=wrap;html=1;fillColor=#D4E1F5;fontFamily=Times New Roman;fontSize=11;spacingTop=-1;" value="&lt;div style=&quot;line-height: 180%;&quot;&gt;Layer L&lt;sub style=&quot;line-height: 180%;&quot;&gt;P&lt;/sub&gt;&lt;/div&gt;" vertex="1">
+           <mxGeometry height="12" width="60" x="364.5" y="657.5" as="geometry" />
        </mxCell>
        <mxCell id="BefftHnKO7y96rtE268w-63" edge="1" parent="1" source="__wRPP8pmb-DnfmA-EQz-60" style="rounded=0;orthogonalLoop=1;jettySize=auto;html=1;exitX=1;exitY=0.5;exitDx=0;exitDy=0;entryX=0;entryY=0.5;entryDx=0;entryDy=0;endSize=3;fontSize=11;" target="BefftHnKO7y96rtE268w-60">
          <mxGeometry relative="1" as="geometry" />
        </mxCell>
        <mxCell id="cpisWDPXujGrVNR1V9dN-1" edge="1" parent="1" source="__wRPP8pmb-DnfmA-EQz-59" style="rounded=0;orthogonalLoop=1;jettySize=auto;html=1;exitX=1;exitY=0.5;exitDx=0;exitDy=0;entryX=0;entryY=0.5;entryDx=0;entryDy=0;endSize=3;fontSize=11;" target="BefftHnKO7y96rtE268w-58">
          <mxGeometry relative="1" as="geometry" />
        </mxCell>
        <mxCell id="cpisWDPXujGrVNR1V9dN-2" edge="1" parent="1" source="__wRPP8pmb-DnfmA-EQz-59" style="rounded=0;orthogonalLoop=1;jettySize=auto;html=1;exitX=1;exitY=0.5;exitDx=0;exitDy=0;entryX=0;entryY=0.5;entryDx=0;entryDy=0;endSize=3;fontSize=11;" target="BefftHnKO7y96rtE268w-59">
          <mxGeometry relative="1" as="geometry" />
        </mxCell>
-         <mxCell id="__wRPP8pmb-DnfmA-EQz-59" parent="1" style="rounded=0;whiteSpace=wrap;html=1;fillColor=#FFF4C3;fontFamily=Times New Roman;fontSize=11;spacingTop=-1;" value="Frame 1" vertex="1">
-           <mxGeometry height="10" width="60" x="367" y="550.75" as="geometry" />
+         <mxCell id="__wRPP8pmb-DnfmA-EQz-59" parent="1" style="rounded=0;whiteSpace=wrap;html=1;fillColor=#FFF4C3;fontFamily=Times New Roman;fontSize=11;spacingTop=-1;" value="Layer 1" vertex="1">
+           <mxGeometry height="12" width="60" x="364" y="544.75" as="geometry" />
        </mxCell>
        <mxCell id="BefftHnKO7y96rtE268w-64" edge="1" parent="1" source="__wRPP8pmb-DnfmA-EQz-59" style="rounded=0;orthogonalLoop=1;jettySize=auto;html=1;exitX=1;exitY=0.5;exitDx=0;exitDy=0;entryX=0;entryY=0.5;entryDx=0;entryDy=0;endSize=3;fontSize=11;" target="BefftHnKO7y96rtE268w-57">
          <mxGeometry relative="1" as="geometry" />
        </mxCell>
-         <mxCell id="__wRPP8pmb-DnfmA-EQz-60" parent="1" style="rounded=0;whiteSpace=wrap;html=1;fillColor=#FFF4C3;fontFamily=Times New Roman;fontSize=11;spacingTop=-1;" value="Frame 2" vertex="1">
-           <mxGeometry height="10" width="60" x="367" y="560.75" as="geometry" />
+         <mxCell id="__wRPP8pmb-DnfmA-EQz-60" parent="1" style="rounded=0;whiteSpace=wrap;html=1;fillColor=#FFF4C3;fontFamily=Times New Roman;fontSize=11;spacingTop=-1;" value="Layer 2" vertex="1">
+           <mxGeometry height="12" width="60" x="364" y="556.75" as="geometry" />
        </mxCell>
        <mxCell id="__wRPP8pmb-DnfmA-EQz-61" parent="1" style="rounded=0;whiteSpace=wrap;html=1;fillColor=#FFF4C3;fontFamily=Times New Roman;spacing=2;spacingTop=-5;fontSize=11;" value="&lt;b&gt;. . .&lt;/b&gt;" vertex="1">
-           <mxGeometry height="10" width="60" x="367" y="570.75" as="geometry" />
-         </mxCell>
-         <mxCell id="__wRPP8pmb-DnfmA-EQz-62" parent="1" style="rounded=0;whiteSpace=wrap;html=1;fillColor=#FFF4C3;fontFamily=Times New Roman;fontSize=11;spacingTop=-1;" value="Frame F" vertex="1">
-           <mxGeometry height="10" width="60" x="367" y="580.75" as="geometry" />
-         </mxCell>
-         <mxCell id="BefftHnKO7y96rtE268w-51" parent="1" style="rounded=0;whiteSpace=wrap;html=1;fillColor=#FFF4C3;fontFamily=Times New Roman;fontSize=11;" value="OP (f&lt;sub&gt;1&lt;/sub&gt;, c&lt;sub&gt;1&lt;/sub&gt;, Attn)" vertex="1">
+           <mxGeometry height="12" width="60" x="364" y="568.75" as="geometry" />
+         </mxCell>
+         <mxCell id="__wRPP8pmb-DnfmA-EQz-62" parent="1" style="rounded=0;whiteSpace=wrap;html=1;fillColor=#FFF4C3;fontFamily=Times New Roman;fontSize=11;spacingTop=-1;" value="&lt;div style=&quot;line-height: 180%;&quot;&gt;Layer L&lt;sub style=&quot;line-height: 180%;&quot;&gt;E&lt;/sub&gt;&lt;/div&gt;" vertex="1">
+           <mxGeometry height="12" width="60" x="364" y="580.75" as="geometry" />
+         </mxCell>
+         <mxCell id="BefftHnKO7y96rtE268w-51" parent="1" style="rounded=0;whiteSpace=wrap;html=1;fillColor=#FFF4C3;fontFamily=Times New Roman;fontSize=11;" value="G (&lt;span style=&quot;font-size: 12px;&quot;&gt;ℓ&lt;/span&gt;&lt;sub&gt;1&lt;/sub&gt;, c&lt;sub&gt;1&lt;/sub&gt;, Attn)" vertex="1">
          <mxGeometry height="12" width="85" x="456.5" y="548.25" as="geometry" />
        </mxCell>
        <mxCell id="BefftHnKO7y96rtE268w-53" parent="1" style="rounded=0;whiteSpace=wrap;html=1;fillColor=#FFF4C3;fontFamily=Times New Roman;spacing=2;spacingTop=-5;fontSize=11;" value="&lt;b&gt;. . .&lt;/b&gt;" vertex="1">
          <mxGeometry height="12" width="85" x="456.5" y="608.25" as="geometry" />
        </mxCell>
-         <mxCell id="BefftHnKO7y96rtE268w-54" parent="1" style="rounded=0;whiteSpace=wrap;html=1;fillColor=#D4E1F5;fontFamily=Times New Roman;fontSize=11;" value="OP&lt;span&gt; &lt;/span&gt;(c&lt;sub&gt;1,2&lt;/sub&gt;, Attn)" vertex="1">
+         <mxCell id="BefftHnKO7y96rtE268w-54" parent="1" style="rounded=0;whiteSpace=wrap;html=1;fillColor=#D4E1F5;fontFamily=Times New Roman;fontSize=11;" value="G&lt;span&gt; &lt;/span&gt;(&lt;span style=&quot;font-size: 12px;&quot;&gt;ℓ&lt;/span&gt;&lt;sub&gt;1,2&lt;/sub&gt;, Attn)" vertex="1">
          <mxGeometry height="12" width="85" x="456.5" y="620.25" as="geometry" />
        </mxCell>
-         <mxCell id="BefftHnKO7y96rtE268w-55" parent="1" style="rounded=0;whiteSpace=wrap;html=1;fillColor=#D4E1F5;fontFamily=Times New Roman;spacingTop=0;fontSize=11;" value="OP&lt;span&gt;&amp;nbsp;&lt;/span&gt;(c&lt;sub&gt;1&lt;/sub&gt;, Proj)" vertex="1">
+         <mxCell id="BefftHnKO7y96rtE268w-55" parent="1" style="rounded=0;whiteSpace=wrap;html=1;fillColor=#D4E1F5;fontFamily=Times New Roman;spacingTop=0;fontSize=11;" value="G&lt;span&gt;&amp;nbsp;&lt;/span&gt;(&lt;span style=&quot;font-size: 12px;&quot;&gt;ℓ&lt;/span&gt;&lt;sub&gt;1&lt;/sub&gt;, Proj)" vertex="1">
          <mxGeometry height="12" width="85" x="456.5" y="632.25" as="geometry" />
        </mxCell>
        <mxCell id="BefftHnKO7y96rtE268w-56" parent="1" style="rounded=0;whiteSpace=wrap;html=1;fillColor=#D4E1F5;fontFamily=Times New Roman;fontSize=11;spacingTop=-7;" value="&lt;b&gt;. . .&lt;/b&gt;" vertex="1">
          <mxGeometry height="12" width="85" x="456.5" y="644.25" as="geometry" />
        </mxCell>
-         <mxCell id="BefftHnKO7y96rtE268w-57" parent="1" style="rounded=0;whiteSpace=wrap;html=1;fillColor=#FFF4C3;fontFamily=Times New Roman;fontSize=11;" value="OP (f&lt;sub&gt;1&lt;/sub&gt;, c&lt;sub&gt;1&lt;/sub&gt;, Proj)" vertex="1">
+         <mxCell id="BefftHnKO7y96rtE268w-57" parent="1" style="rounded=0;whiteSpace=wrap;html=1;fillColor=#FFF4C3;fontFamily=Times New Roman;fontSize=11;" value="&amp;nbsp;G (&lt;span style=&quot;font-size: 12px;&quot;&gt;ℓ&lt;/span&gt;&lt;sub&gt;1&lt;/sub&gt;, c&lt;sub&gt;1&lt;/sub&gt;, Proj)" vertex="1">
          <mxGeometry height="12" width="85" x="456.5" y="560.25" as="geometry" />
        </mxCell>
-         <mxCell id="BefftHnKO7y96rtE268w-58" parent="1" style="rounded=0;whiteSpace=wrap;html=1;fillColor=#FFF4C3;fontFamily=Times New Roman;fontSize=11;" value="OP (f&lt;sub&gt;1&lt;/sub&gt;, c&lt;sub&gt;2&lt;/sub&gt;, Attn)" vertex="1">
+         <mxCell id="BefftHnKO7y96rtE268w-58" parent="1" style="rounded=0;whiteSpace=wrap;html=1;fillColor=#FFF4C3;fontFamily=Times New Roman;fontSize=11;" value="G (&lt;span style=&quot;font-size: 12px;&quot;&gt;ℓ&lt;/span&gt;&lt;sub&gt;1&lt;/sub&gt;, c&lt;sub&gt;2&lt;/sub&gt;, Attn)" vertex="1">
          <mxGeometry height="12" width="85" x="456.5" y="572.25" as="geometry" />
        </mxCell>
-         <mxCell id="BefftHnKO7y96rtE268w-59" parent="1" style="rounded=0;whiteSpace=wrap;html=1;fillColor=#FFF4C3;fontFamily=Times New Roman;fontSize=11;" value="OP (f&lt;sub&gt;1&lt;/sub&gt;, c&lt;sub&gt;2&lt;/sub&gt;,&amp;nbsp;Proj)" vertex="1">
+         <mxCell id="BefftHnKO7y96rtE268w-59" parent="1" style="rounded=0;whiteSpace=wrap;html=1;fillColor=#FFF4C3;fontFamily=Times New Roman;fontSize=11;" value="G (&lt;span style=&quot;font-size: 12px;&quot;&gt;ℓ&lt;/span&gt;&lt;sub&gt;1&lt;/sub&gt;, c&lt;sub&gt;2&lt;/sub&gt;,&amp;nbsp;Proj)" vertex="1">
          <mxGeometry height="12" width="85" x="456.5" y="584.25" as="geometry" />
        </mxCell>
-         <mxCell id="BefftHnKO7y96rtE268w-60" parent="1" style="rounded=0;whiteSpace=wrap;html=1;fillColor=#FFF4C3;fontFamily=Times New Roman;fontSize=11;" value="OP (f&lt;sub&gt;2&lt;/sub&gt;, c&lt;sub&gt;1&lt;/sub&gt;, Attn)" vertex="1">
+         <mxCell id="BefftHnKO7y96rtE268w-60" parent="1" style="rounded=0;whiteSpace=wrap;html=1;fillColor=#FFF4C3;fontFamily=Times New Roman;fontSize=11;" value="G (&lt;span style=&quot;font-size: 12px;&quot;&gt;ℓ&lt;/span&gt;&lt;sub&gt;2&lt;/sub&gt;, c&lt;sub&gt;1&lt;/sub&gt;, Attn)" vertex="1">
          <mxGeometry height="12" width="85" x="456.5" y="596.25" as="geometry" />
        </mxCell>
        <mxCell id="BefftHnKO7y96rtE268w-61" edge="1" parent="1" source="__wRPP8pmb-DnfmA-EQz-59" style="rounded=0;orthogonalLoop=1;jettySize=auto;html=1;exitX=1;exitY=0.5;exitDx=0;exitDy=0;entryX=0;entryY=0.5;entryDx=0;entryDy=0;endSize=3;fontSize=11;" target="BefftHnKO7y96rtE268w-51">
          <mxGeometry relative="1" as="geometry" />
        </mxCell>
        <mxCell id="BefftHnKO7y96rtE268w-68" edge="1" parent="1" source="BefftHnKO7y96rtE268w-60" style="rounded=0;orthogonalLoop=1;jettySize=auto;html=1;exitX=1;exitY=0;exitDx=0;exitDy=0;entryX=0.001;entryY=0.042;entryDx=0;entryDy=0;entryPerimeter=0;endArrow=none;endFill=0;dashed=1;fontSize=11;" target="__wRPP8pmb-DnfmA-EQz-18">
          <mxGeometry relative="1" as="geometry" />
        </mxCell>
        <mxCell id="BefftHnKO7y96rtE268w-69" edge="1" parent="1" source="BefftHnKO7y96rtE268w-53" style="rounded=0;orthogonalLoop=1;jettySize=auto;html=1;exitX=1;exitY=0;exitDx=0;exitDy=0;entryX=0;entryY=1;entryDx=0;entryDy=0;endArrow=none;endFill=0;dashed=1;fontSize=11;" target="__wRPP8pmb-DnfmA-EQz-17">
          <mxGeometry relative="1" as="geometry">
            <mxPoint x="555" y="659.9090000000001" as="targetPoint" />
          </mxGeometry>
        </mxCell>
-         <mxCell id="cpisWDPXujGrVNR1V9dN-8" parent="1" style="rounded=0;whiteSpace=wrap;html=1;fillColor=#D4E1F5;fontFamily=Times New Roman;fontSize=11;" value="OP&lt;span&gt; &lt;/span&gt;(c&lt;sub&gt;C&lt;/sub&gt;, Proj)" vertex="1">
+         <mxCell id="cpisWDPXujGrVNR1V9dN-8" parent="1" style="rounded=0;whiteSpace=wrap;html=1;fillColor=#D4E1F5;fontFamily=Times New Roman;fontSize=11;" value="G&lt;span&gt; &lt;/span&gt;(&lt;span style=&quot;font-size: 12px;&quot;&gt;ℓ&lt;/span&gt;&lt;sub&gt;C&lt;/sub&gt;, Proj)" vertex="1">
          <mxGeometry height="12" width="85" x="456.5" y="656.25" as="geometry" />
        </mxCell>
      </root>
    </mxGraphModel>
  </diagram>
</mxfile>
